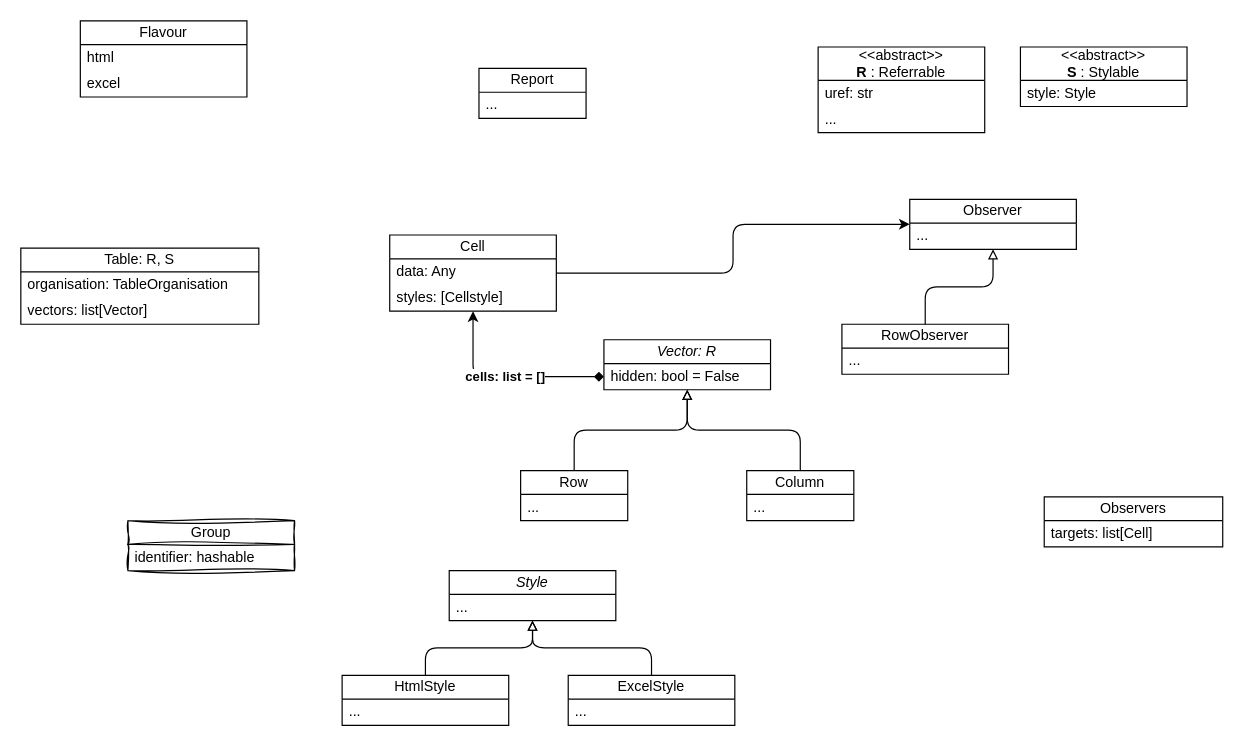
Earlier version of the draw.io diagram src/krm3/timesheet/report/k_tabular/KTabular.drawio (k-tech-italy/krm3). Source tidied: cells renumbered, new cells numbered last; positions are measured from the earlier drawing's top-left corner, leaving out a move shared by most shapes. Both pictures are drawn from the tidied source at 119%, with x=0, y=0 at pixel (20, 20).
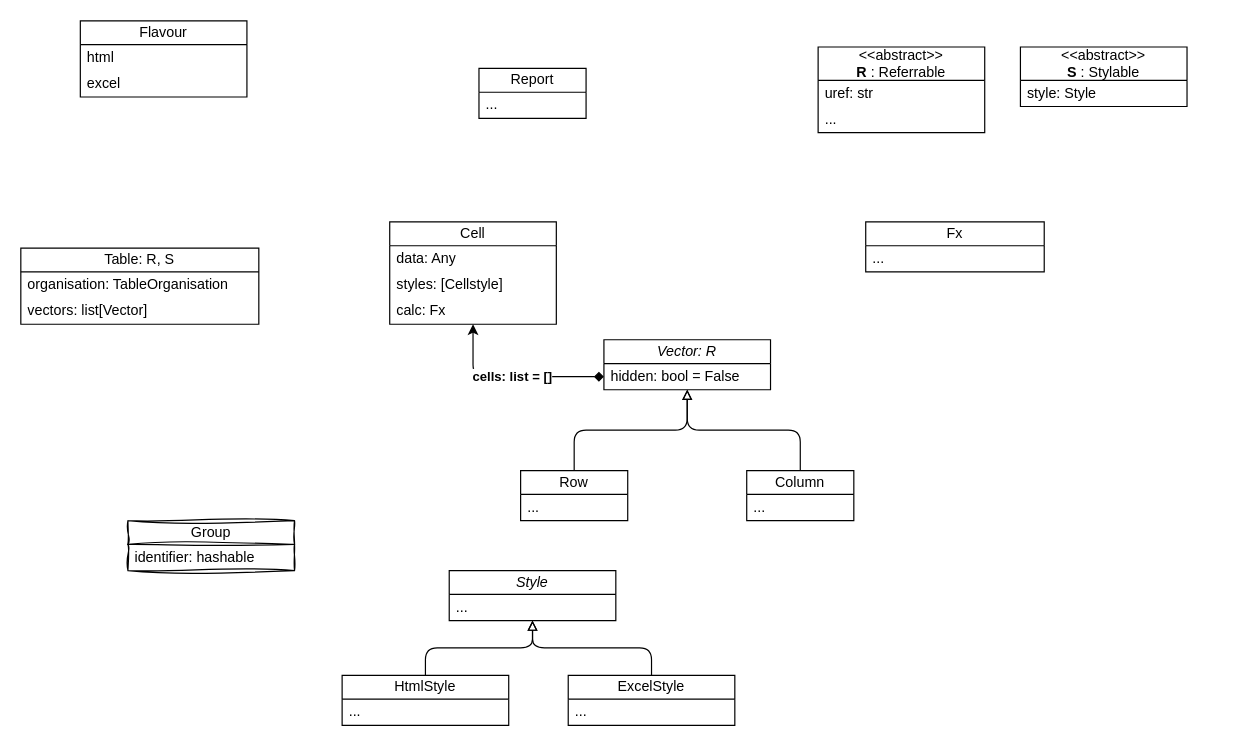
Above is the later version.

The edit, as a diff of the source:
```diff
@@
-    <mxCell id="2" style="edgeStyle=orthogonalEdgeStyle;rounded=1;jettySize=auto;html=1;curved=0;jumpStyle=arc;" parent="1" edge="1" source="3" target="6">
-      <mxGeometry relative="1" as="geometry" />
-    </mxCell>
     <mxCell id="3" value="Cell" style="swimlane;fontStyle=0;horizontal=1;startSize=20;whiteSpace=wrap;html=1;" parent="1" vertex="1">
-      <mxGeometry x="310" y="180" width="140" height="64" as="geometry" />
+      <mxGeometry x="310" y="169" width="140" height="86" as="geometry" />
     </mxCell>
@@
-    <mxCell id="6" value="Observer" style="swimlane;fontStyle=0;horizontal=1;startSize=20;whiteSpace=wrap;html=1;" parent="1" vertex="1">
-      <mxGeometry x="747" y="150" width="140" height="42" as="geometry" />
-    </mxCell>
-    <mxCell id="7" value="..." style="text;strokeColor=none;fillColor=none;align=left;verticalAlign=middle;spacingLeft=4;spacingRight=4;overflow=hidden;whiteSpace=wrap;html=1;" parent="6" vertex="1">
-      <mxGeometry y="20" width="140" height="22" as="geometry" />
-    </mxCell>
-    <mxCell id="8" value="RowObserver" style="swimlane;fontStyle=0;horizontal=1;startSize=20;whiteSpace=wrap;html=1;" parent="1" vertex="1">
-      <mxGeometry x="690" y="255" width="140" height="42" as="geometry" />
-    </mxCell>
-    <mxCell id="9" value="..." style="text;strokeColor=none;fillColor=none;align=left;verticalAlign=middle;spacingLeft=4;spacingRight=4;overflow=hidden;whiteSpace=wrap;html=1;" parent="8" vertex="1">
-      <mxGeometry y="20" width="140" height="22" as="geometry" />
-    </mxCell>
+    <mxCell id="45" value="calc: Fx" style="text;strokeColor=none;fillColor=none;align=left;verticalAlign=middle;spacingLeft=4;spacingRight=4;overflow=hidden;whiteSpace=wrap;html=1;" parent="3" vertex="1">
+      <mxGeometry y="64" width="140" height="22" as="geometry" />
+    </mxCell>
@@
-    <mxCell id="30" style="edgeStyle=orthogonalEdgeStyle;shape=connector;curved=0;rounded=1;jumpStyle=arc;jettySize=auto;html=1;strokeColor=default;align=center;verticalAlign=middle;fontFamily=Helvetica;fontSize=11;fontColor=default;labelBackgroundColor=default;endArrow=block;endFill=0;" parent="1" edge="1" source="8" target="6">
-      <mxGeometry relative="1" as="geometry" />
-    </mxCell>
@@
-    <mxCell id="43" value="Observers" style="swimlane;fontStyle=0;horizontal=1;startSize=20;whiteSpace=wrap;html=1;" parent="1" vertex="1">
-      <mxGeometry x="860" y="400" width="150" height="42" as="geometry" />
+    <mxCell id="43" value="Fx" style="swimlane;fontStyle=0;horizontal=1;startSize=20;whiteSpace=wrap;html=1;" parent="1" vertex="1">
+      <mxGeometry x="710" y="169" width="150" height="42" as="geometry" />
     </mxCell>
-    <mxCell id="44" value="targets: list[Cell]" style="text;strokeColor=none;fillColor=none;align=left;verticalAlign=middle;spacingLeft=4;spacingRight=4;overflow=hidden;whiteSpace=wrap;html=1;fontStyle=0;" parent="43" vertex="1">
+    <mxCell id="44" value="..." style="text;strokeColor=none;fillColor=none;align=left;verticalAlign=middle;spacingLeft=4;spacingRight=4;overflow=hidden;whiteSpace=wrap;html=1;fontStyle=0;" parent="43" vertex="1">
       <mxGeometry y="20" width="150" height="22" as="geometry" />
     </mxCell>
```
